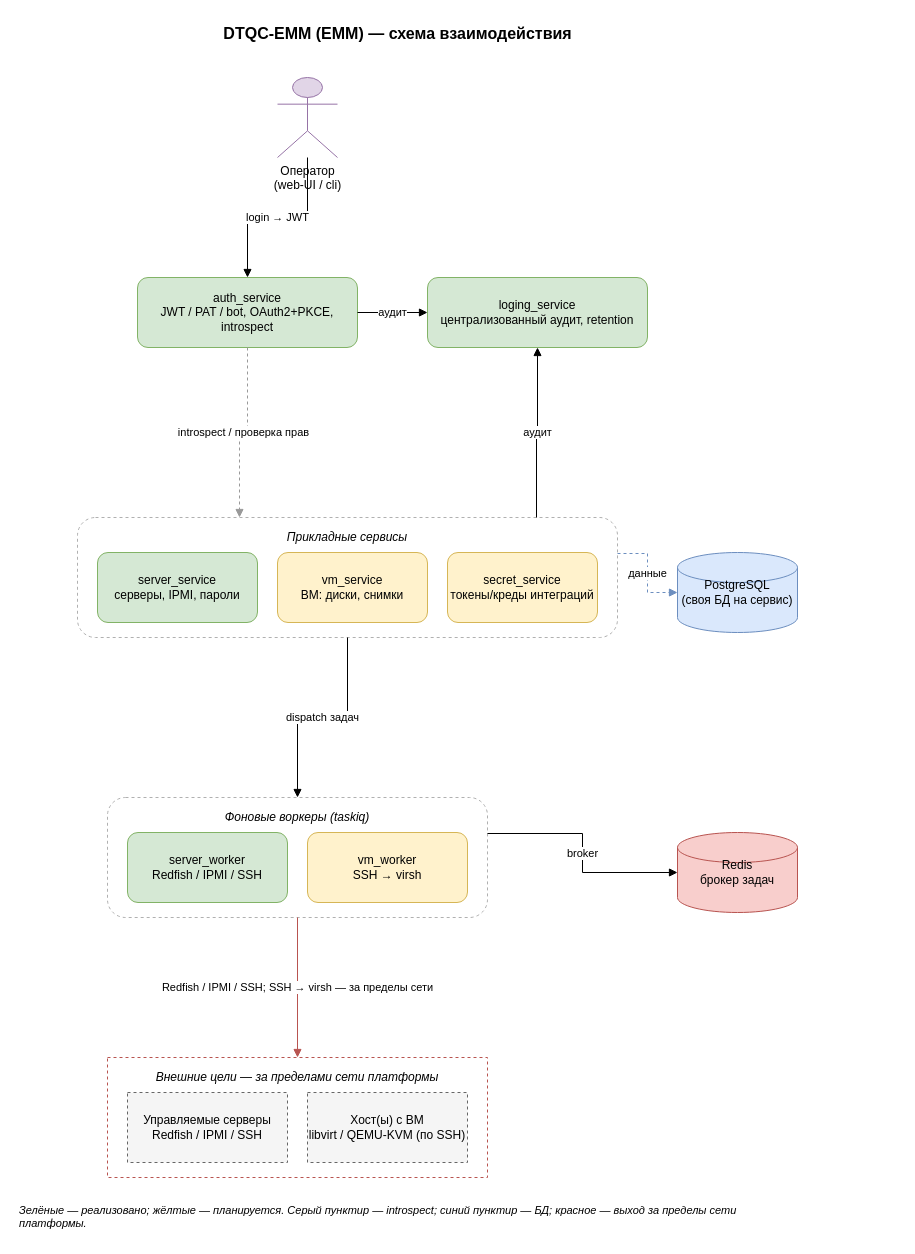
The draw.io diagram dbos_server_service/diagrams/dbos-interactions.drawio in N2OCaKeS/stress_test, before the edit. Source tidied: cells renumbered, new cells numbered last; positions are measured from the earlier drawing's top-left corner, leaving out a move shared by most shapes. Both pictures are drawn from the tidied source at 100%, with x=0, y=0 at pixel (17, 17).
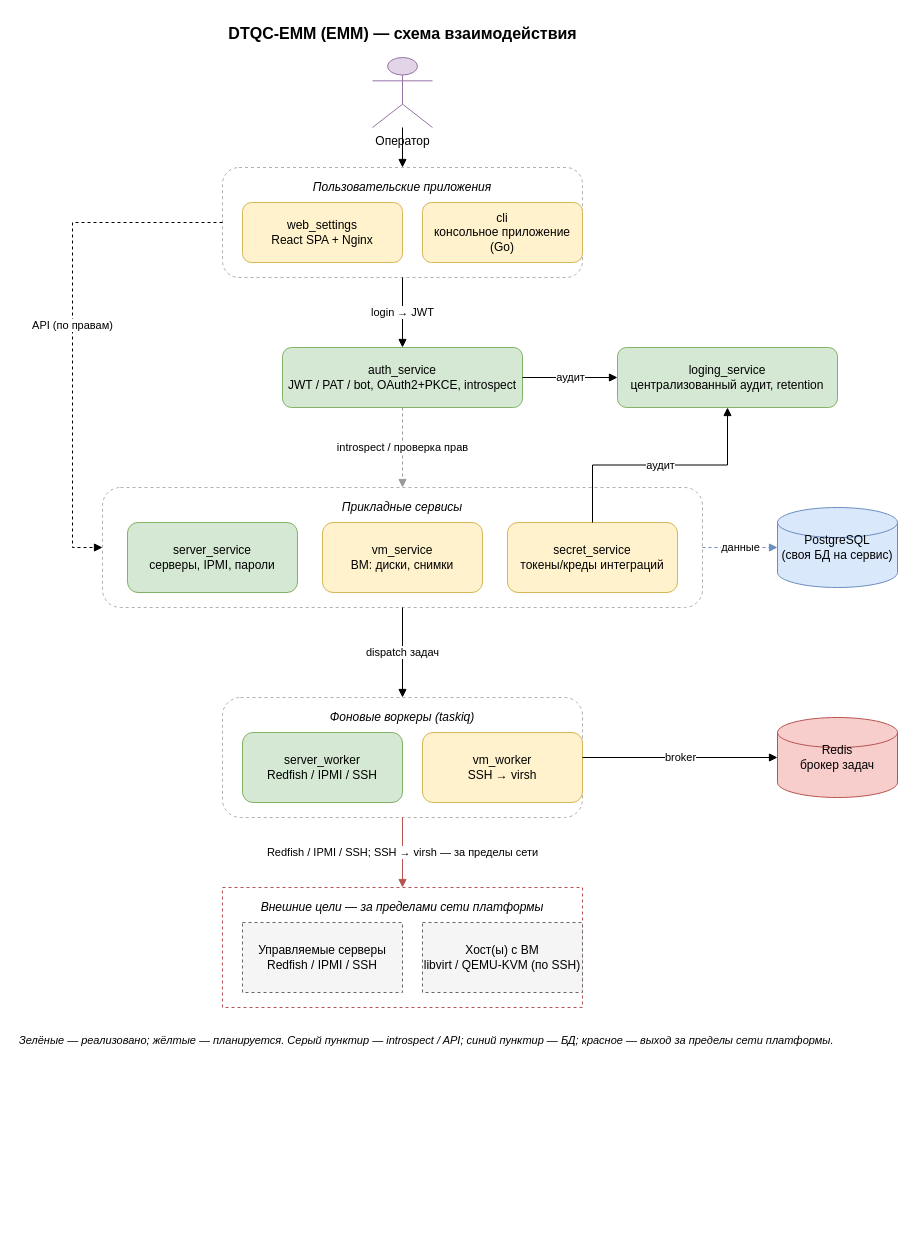
Above is the later version.

Commit message (it also covers changes not shown here):
add dept_guard helper and refresh diagrams

Diff of the diagram source:
```diff
@@
     <mxCell id="2" value="DTQC-EMM (EMM) — схема взаимодействия" style="text;html=1;align=center;fontSize=16;fontStyle=1;" parent="1" vertex="1">
-      <mxGeometry width="760" height="30" as="geometry" />
+      <mxGeometry x="85" width="600" height="30" as="geometry" />
     </mxCell>
-    <mxCell id="3" value="Оператор&#10;(web-UI / cli)" style="shape=umlActor;verticalLabelPosition=bottom;verticalAlign=top;html=1;fillColor=#e1d5e7;strokeColor=#9673a6;" parent="1" vertex="1">
-      <mxGeometry x="260" y="60" width="60" height="80" as="geometry" />
+    <mxCell id="3" value="Оператор" style="shape=umlActor;verticalLabelPosition=bottom;verticalAlign=top;html=1;fillColor=#e1d5e7;strokeColor=#9673a6;" parent="1" vertex="1">
+      <mxGeometry x="355" y="40" width="60" height="70" as="geometry" />
     </mxCell>
+    <mxCell id="27" value="Пользовательские приложения" style="rounded=1;whiteSpace=wrap;html=1;fillColor=none;strokeColor=#b0b0b0;verticalAlign=top;align=center;spacingTop=6;fontStyle=2;dashed=1;" parent="1" vertex="1">
+      <mxGeometry x="205" y="150" width="360" height="110" as="geometry" />
+    </mxCell>
+    <mxCell id="28" value="web_settings&#10;React SPA + Nginx" style="rounded=1;whiteSpace=wrap;html=1;fillColor=#fff2cc;strokeColor=#d6b656;" parent="1" vertex="1">
+      <mxGeometry x="225" y="185" width="160" height="60" as="geometry" />
+    </mxCell>
+    <mxCell id="29" value="cli&#10;консольное приложение (Go)" style="rounded=1;whiteSpace=wrap;html=1;fillColor=#fff2cc;strokeColor=#d6b656;" parent="1" vertex="1">
+      <mxGeometry x="405" y="185" width="160" height="60" as="geometry" />
+    </mxCell>
     <mxCell id="4" value="auth_service&#10;JWT / PAT / bot, OAuth2+PKCE, introspect" style="rounded=1;whiteSpace=wrap;html=1;fillColor=#d5e8d4;strokeColor=#82b366;" parent="1" vertex="1">
-      <mxGeometry x="120" y="260" width="220" height="70" as="geometry" />
+      <mxGeometry x="265" y="330" width="240" height="60" as="geometry" />
     </mxCell>
     <mxCell id="5" value="loging_service&#10;централизованный аудит, retention" style="rounded=1;whiteSpace=wrap;html=1;fillColor=#d5e8d4;strokeColor=#82b366;" parent="1" vertex="1">
-      <mxGeometry x="410" y="260" width="220" height="70" as="geometry" />
+      <mxGeometry x="600" y="330" width="220" height="60" as="geometry" />
     </mxCell>
     <mxCell id="6" value="Прикладные сервисы" style="rounded=1;whiteSpace=wrap;html=1;fillColor=none;strokeColor=#b0b0b0;verticalAlign=top;align=center;spacingTop=6;fontStyle=2;dashed=1;" parent="1" vertex="1">
-      <mxGeometry x="60" y="500" width="540" height="120" as="geometry" />
+      <mxGeometry x="85" y="470" width="600" height="120" as="geometry" />
     </mxCell>
     <mxCell id="7" value="server_service&#10;серверы, IPMI, пароли" style="rounded=1;whiteSpace=wrap;html=1;fillColor=#d5e8d4;strokeColor=#82b366;" parent="1" vertex="1">
-      <mxGeometry x="80" y="535" width="160" height="70" as="geometry" />
+      <mxGeometry x="110" y="505" width="170" height="70" as="geometry" />
     </mxCell>
     <mxCell id="8" value="vm_service&#10;ВМ: диски, снимки" style="rounded=1;whiteSpace=wrap;html=1;fillColor=#fff2cc;strokeColor=#d6b656;" parent="1" vertex="1">
-      <mxGeometry x="260" y="535" width="150" height="70" as="geometry" />
+      <mxGeometry x="305" y="505" width="160" height="70" as="geometry" />
     </mxCell>
     <mxCell id="9" value="secret_service&#10;токены/креды интеграций" style="rounded=1;whiteSpace=wrap;html=1;fillColor=#fff2cc;strokeColor=#d6b656;" parent="1" vertex="1">
-      <mxGeometry x="430" y="535" width="150" height="70" as="geometry" />
+      <mxGeometry x="490" y="505" width="170" height="70" as="geometry" />
     </mxCell>
     <mxCell id="10" value="Фоновые воркеры (taskiq)" style="rounded=1;whiteSpace=wrap;html=1;fillColor=none;strokeColor=#b0b0b0;verticalAlign=top;align=center;spacingTop=6;fontStyle=2;dashed=1;" parent="1" vertex="1">
-      <mxGeometry x="90" y="780" width="380" height="120" as="geometry" />
+      <mxGeometry x="205" y="680" width="360" height="120" as="geometry" />
     </mxCell>
     <mxCell id="11" value="server_worker&#10;Redfish / IPMI / SSH" style="rounded=1;whiteSpace=wrap;html=1;fillColor=#d5e8d4;strokeColor=#82b366;" parent="1" vertex="1">
-      <mxGeometry x="110" y="815" width="160" height="70" as="geometry" />
+      <mxGeometry x="225" y="715" width="160" height="70" as="geometry" />
     </mxCell>
     <mxCell id="12" value="vm_worker&#10;SSH → virsh" style="rounded=1;whiteSpace=wrap;html=1;fillColor=#fff2cc;strokeColor=#d6b656;" parent="1" vertex="1">
-      <mxGeometry x="290" y="815" width="160" height="70" as="geometry" />
+      <mxGeometry x="405" y="715" width="160" height="70" as="geometry" />
     </mxCell>
     <mxCell id="13" value="Внешние цели — за пределами сети платформы" style="rounded=0;whiteSpace=wrap;html=1;fillColor=none;strokeColor=#b85450;verticalAlign=top;align=center;spacingTop=6;fontStyle=2;dashed=1;" parent="1" vertex="1">
-      <mxGeometry x="90" y="1040" width="380" height="120" as="geometry" />
+      <mxGeometry x="205" y="870" width="360" height="120" as="geometry" />
     </mxCell>
     <mxCell id="14" value="Управляемые серверы&#10;Redfish / IPMI / SSH" style="rounded=0;whiteSpace=wrap;html=1;fillColor=#f5f5f5;strokeColor=#666666;dashed=1;" parent="1" vertex="1">
-      <mxGeometry x="110" y="1075" width="160" height="70" as="geometry" />
+      <mxGeometry x="225" y="905" width="160" height="70" as="geometry" />
     </mxCell>
     <mxCell id="15" value="Хост(ы) с ВМ&#10;libvirt / QEMU-KVM (по SSH)" style="rounded=0;whiteSpace=wrap;html=1;fillColor=#f5f5f5;strokeColor=#666666;dashed=1;" parent="1" vertex="1">
-      <mxGeometry x="290" y="1075" width="160" height="70" as="geometry" />
+      <mxGeometry x="405" y="905" width="160" height="70" as="geometry" />
     </mxCell>
     <mxCell id="16" value="PostgreSQL&#10;(своя БД на сервис)" style="shape=cylinder3;whiteSpace=wrap;html=1;fillColor=#dae8fc;strokeColor=#6c8ebf;" parent="1" vertex="1">
-      <mxGeometry x="660" y="535" width="120" height="80" as="geometry" />
+      <mxGeometry x="760" y="490" width="120" height="80" as="geometry" />
     </mxCell>
     <mxCell id="17" value="Redis&#10;брокер задач" style="shape=cylinder3;whiteSpace=wrap;html=1;fillColor=#f8cecc;strokeColor=#b85450;" parent="1" vertex="1">
-      <mxGeometry x="660" y="815" width="120" height="80" as="geometry" />
+      <mxGeometry x="760" y="700" width="120" height="80" as="geometry" />
     </mxCell>
+    <mxCell id="30" style="edgeStyle=orthogonalEdgeStyle;rounded=0;html=1;endArrow=block;exitX=0.5;exitY=1;entryX=0.5;entryY=0;" parent="1" edge="1" source="3" target="27">
+      <mxGeometry relative="1" as="geometry" />
+    </mxCell>
-    <mxCell id="18" value="login → JWT" style="edgeStyle=orthogonalEdgeStyle;rounded=0;html=1;endArrow=block;exitX=0.5;exitY=1;entryX=0.5;entryY=0;" parent="1" edge="1" source="3" target="4">
+    <mxCell id="18" value="login → JWT" style="edgeStyle=orthogonalEdgeStyle;rounded=0;html=1;endArrow=block;exitX=0.5;exitY=1;entryX=0.5;entryY=0;" parent="1" edge="1" source="27" target="4">
       <mxGeometry relative="1" as="geometry" />
     </mxCell>
+    <mxCell id="20" value="introspect / проверка прав" style="edgeStyle=orthogonalEdgeStyle;rounded=0;html=1;endArrow=block;dashed=1;strokeColor=#999999;exitX=0.5;exitY=1;entryX=0.5;entryY=0;" parent="1" edge="1" source="4" target="6">
+      <mxGeometry relative="1" as="geometry" />
+    </mxCell>
+    <mxCell id="22" value="dispatch задач" style="edgeStyle=orthogonalEdgeStyle;rounded=0;html=1;endArrow=block;exitX=0.5;exitY=1;entryX=0.5;entryY=0;" parent="1" edge="1" source="6" target="10">
+      <mxGeometry relative="1" as="geometry" />
+    </mxCell>
+    <mxCell id="25" value="Redfish / IPMI / SSH; SSH → virsh — за пределы сети" style="edgeStyle=orthogonalEdgeStyle;rounded=0;html=1;endArrow=block;strokeColor=#b85450;exitX=0.5;exitY=1;entryX=0.5;entryY=0;" parent="1" edge="1" source="10" target="13">
+      <mxGeometry relative="1" as="geometry" />
+    </mxCell>
+    <mxCell id="31" value="API (по правам)" style="edgeStyle=orthogonalEdgeStyle;rounded=0;html=1;endArrow=block;dashed=1;exitX=0;exitY=0.5;entryX=0;entryY=0.5;" parent="1" edge="1" source="27" target="6">
+      <mxGeometry relative="1" as="geometry">
+        <Array as="points">
+          <mxPoint x="55" y="205" />
+          <mxPoint x="55" y="530" />
+        </Array>
+      </mxGeometry>
+    </mxCell>
@@
-    <mxCell id="20" value="introspect / проверка прав" style="edgeStyle=orthogonalEdgeStyle;rounded=0;html=1;endArrow=block;dashed=1;strokeColor=#999999;exitX=0.5;exitY=1;entryX=0.3;entryY=0;" parent="1" edge="1" source="4" target="6">
-      <mxGeometry relative="1" as="geometry" />
-    </mxCell>
-    <mxCell id="21" value="аудит" style="edgeStyle=orthogonalEdgeStyle;rounded=0;html=1;endArrow=block;exitX=0.85;exitY=0;entryX=0.5;entryY=1;" parent="1" edge="1" source="6" target="5">
+    <mxCell id="21" value="аудит" style="edgeStyle=orthogonalEdgeStyle;rounded=0;html=1;endArrow=block;exitX=0.5;exitY=0;entryX=0.5;entryY=1;" parent="1" edge="1" source="9" target="5">
       <mxGeometry relative="1" as="geometry" />
     </mxCell>
-    <mxCell id="22" value="dispatch задач" style="edgeStyle=orthogonalEdgeStyle;rounded=0;html=1;endArrow=block;exitX=0.5;exitY=1;entryX=0.5;entryY=0;" parent="1" edge="1" source="6" target="10">
-      <mxGeometry relative="1" as="geometry" />
-    </mxCell>
-    <mxCell id="23" value="данные" style="edgeStyle=orthogonalEdgeStyle;rounded=0;html=1;endArrow=block;dashed=1;strokeColor=#6c8ebf;exitX=1;exitY=0.3;entryX=0;entryY=0.5;" parent="1" edge="1" source="6" target="16">
+    <mxCell id="23" value="данные" style="edgeStyle=orthogonalEdgeStyle;rounded=0;html=1;endArrow=block;dashed=1;strokeColor=#6c8ebf;exitX=1;exitY=0.5;entryX=0;entryY=0.5;" parent="1" edge="1" source="6" target="16">
       <mxGeometry relative="1" as="geometry" />
     </mxCell>
-    <mxCell id="24" value="broker" style="edgeStyle=orthogonalEdgeStyle;rounded=0;html=1;endArrow=block;exitX=1;exitY=0.3;entryX=0;entryY=0.5;" parent="1" edge="1" source="10" target="17">
+    <mxCell id="24" value="broker" style="edgeStyle=orthogonalEdgeStyle;rounded=0;html=1;endArrow=block;exitX=1;exitY=0.5;entryX=0;entryY=0.5;" parent="1" edge="1" source="10" target="17">
       <mxGeometry relative="1" as="geometry" />
     </mxCell>
-    <mxCell id="25" value="Redfish / IPMI / SSH; SSH → virsh — за пределы сети" style="edgeStyle=orthogonalEdgeStyle;rounded=0;html=1;endArrow=block;strokeColor=#b85450;exitX=0.5;exitY=1;entryX=0.5;entryY=0;" parent="1" edge="1" source="10" target="13">
-      <mxGeometry relative="1" as="geometry" />
-    </mxCell>
-    <mxCell id="26" value="Зелёные — реализовано; жёлтые — планируется. Серый пунктир — introspect; синий пунктир — БД; красное — выход за пределы сети платформы." style="text;html=1;align=left;fontSize=11;fontStyle=2;verticalAlign=top;whiteSpace=wrap;" parent="1" vertex="1">
-      <mxGeometry y="1180" width="780" height="40" as="geometry" />
+    <mxCell id="26" value="Зелёные — реализовано; жёлтые — планируется. Серый пунктир — introspect / API; синий пунктир — БД; красное — выход за пределы сети платформы." style="text;html=1;align=left;fontSize=11;fontStyle=2;verticalAlign=top;whiteSpace=wrap;" parent="1" vertex="1">
+      <mxGeometry y="1010" width="870" height="30" as="geometry" />
     </mxCell>
```
